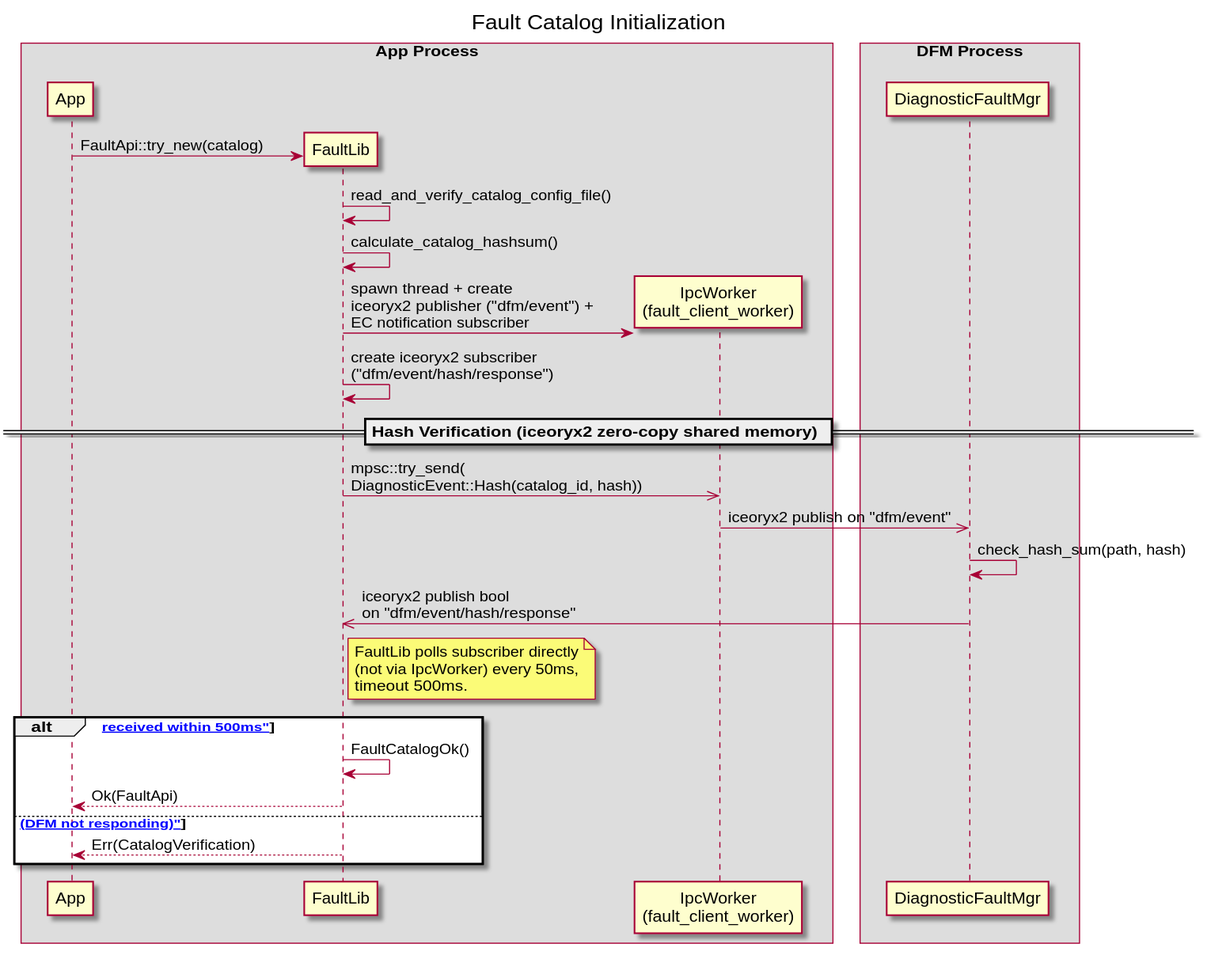
eclipse-opensovd/fault-lib keeps this PlantUML diagram as docs/puml/fault_catalog.svg. Above is the earlier version.
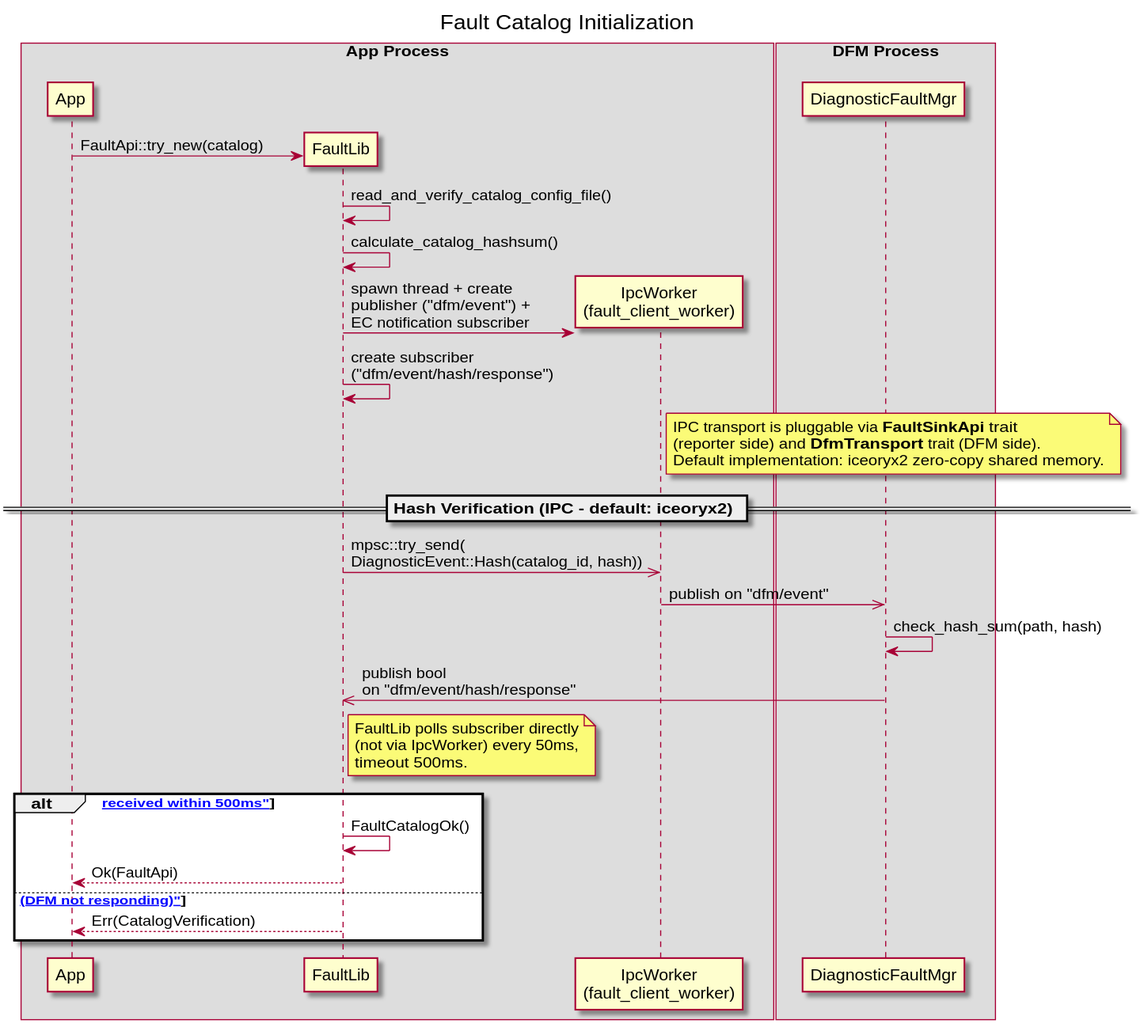
The same file after the commit.

The edit, as a diff of the source:
```diff
@@ -18,16 +18,21 @@
 FaultLib -> FaultLib : calculate_catalog_hashsum()
 
 create IpcWorker
-FaultLib -> IpcWorker : spawn thread + create\niceoryx2 publisher ("dfm/event") +\nEC notification subscriber
-FaultLib -> FaultLib : create iceoryx2 subscriber\n("dfm/event/hash/response")
+FaultLib -> IpcWorker : spawn thread + create\npublisher ("dfm/event") +\nEC notification subscriber
+FaultLib -> FaultLib : create subscriber\n("dfm/event/hash/response")
+note right of IpcWorker
+    IPC transport is pluggable via **FaultSinkApi** trait
+    (reporter side) and **DfmTransport** trait (DFM side).
+    Default implementation: iceoryx2 zero-copy shared memory.
+end note
 
-== Hash Verification (iceoryx2 zero-copy shared memory) ==
+== Hash Verification (IPC - default: iceoryx2) ==
 
 FaultLib ->> IpcWorker : mpsc::try_send(\nDiagnosticEvent::Hash(catalog_id, hash))
-IpcWorker ->> DiagnosticFaultMgr : iceoryx2 publish on "dfm/event"
+IpcWorker ->> DiagnosticFaultMgr : publish on "dfm/event"
 
 DiagnosticFaultMgr -> DiagnosticFaultMgr : check_hash_sum(path, hash)
-DiagnosticFaultMgr ->> FaultLib : iceoryx2 publish bool\non "dfm/event/hash/response"
+DiagnosticFaultMgr ->> FaultLib : publish bool\non "dfm/event/hash/response"
 note right of FaultLib
     FaultLib polls subscriber directly
     (not via IpcWorker) every 50ms,
```
